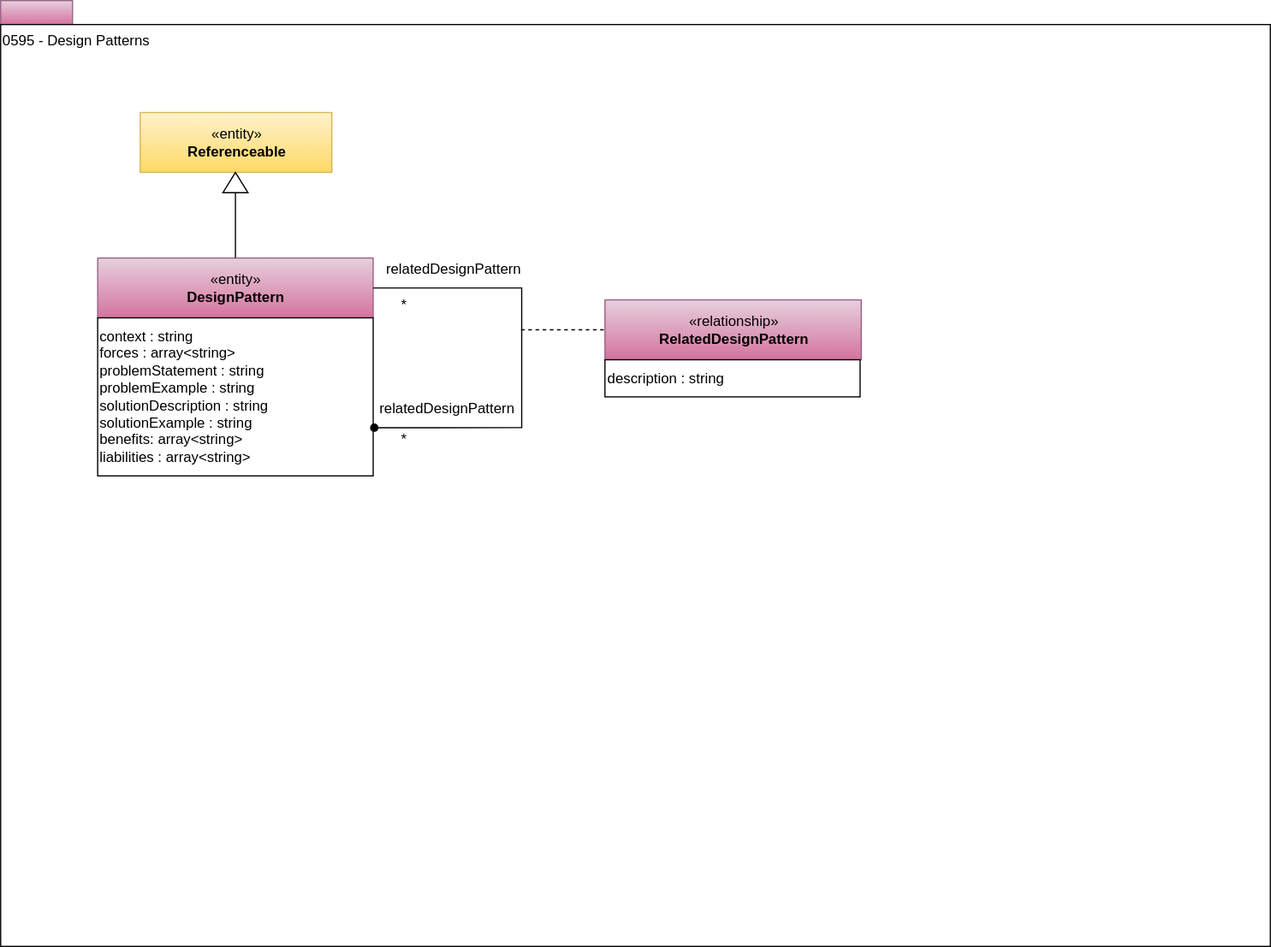
odpi/egeria-docs keeps this draw.io diagram as site/docs/types/5/0595-Design-Patterns.svg. Above is the earlier version. Source tidied: cells renumbered, new cells last; positions are measured from the earlier drawing's top-left corner, leaving out a move shared by most shapes. Its diagram source:
```xml
<mxGraphModel>
  <root>
    <mxCell id="0" />
    <mxCell id="1" parent="0" />
    <mxCell id="2" style="rounded=0;whiteSpace=wrap;html=1;align=left;fillColor=#e6d0de;strokeColor=#996185;gradientColor=#d5739d;" parent="1" vertex="1">
      <mxGeometry width="60" height="20" as="geometry" />
    </mxCell>
    <mxCell id="3" value="0595 - Design Patterns" style="rounded=0;whiteSpace=wrap;html=1;align=left;verticalAlign=top;" parent="1" vertex="1">
      <mxGeometry y="20" width="1060" height="770" as="geometry" />
    </mxCell>
    <mxCell id="4" value="«entity»&lt;br&gt;&lt;b&gt;DesignPattern&lt;/b&gt;" style="html=1;strokeColor=#996185;align=center;fillColor=#e6d0de;gradientColor=#d5739d;" parent="1" vertex="1">
      <mxGeometry x="81" y="215" width="230" height="50" as="geometry" />
    </mxCell>
    <mxCell id="5" value="c&lt;span&gt;ontext : string&lt;br&gt;&lt;/span&gt;forces : array&amp;lt;string&amp;gt;&lt;br&gt;&lt;span&gt;problemStatement : string&lt;/span&gt;&lt;br&gt;&lt;span&gt;problemExample : string&lt;/span&gt;&lt;br&gt;&lt;span&gt;solutionDescription : string&lt;/span&gt;&lt;br&gt;&lt;span&gt;solutionExample : string&lt;/span&gt;&lt;br&gt;&lt;span&gt;benefits: array&amp;lt;string&amp;gt;&lt;br&gt;liabilities : array&amp;lt;string&amp;gt;&lt;br&gt;&lt;/span&gt;" style="rounded=0;whiteSpace=wrap;html=1;strokeColor=#000000;gradientColor=#ffffff;align=left;" parent="1" vertex="1">
      <mxGeometry x="81" y="265" width="230" height="132" as="geometry" />
    </mxCell>
    <mxCell id="6" style="edgeStyle=orthogonalEdgeStyle;rounded=0;html=1;endArrow=none;endFill=0;jettySize=auto;exitX=0;exitY=0.5;" parent="1" edge="1" source="8" target="4">
      <mxGeometry relative="1" as="geometry" />
    </mxCell>
    <mxCell id="7" value="«entity»&lt;br&gt;&lt;b&gt;Referenceable&lt;/b&gt;" style="html=1;strokeColor=#d6b656;align=center;fillColor=#fff2cc;gradientColor=#ffd966;" parent="1" vertex="1">
      <mxGeometry x="116.5" y="93.5" width="160" height="50" as="geometry" />
    </mxCell>
    <mxCell id="8" style="triangle;whiteSpace=wrap;html=1;strokeColor=#000000;gradientColor=#ffffff;align=center;rotation=-90;" parent="1" vertex="1">
      <mxGeometry x="187.5" y="141.5" width="17" height="21" as="geometry" />
    </mxCell>
    <mxCell id="9" style="edgeStyle=orthogonalEdgeStyle;rounded=0;jettySize=auto;html=1;exitX=1;exitY=0.5;exitDx=0;exitDy=0;entryX=1.004;entryY=0.695;entryDx=0;entryDy=0;endArrow=oval;endFill=1;entryPerimeter=0;" parent="1" edge="1" source="4" target="5">
      <mxGeometry relative="1" as="geometry">
        <Array as="points">
          <mxPoint x="435" y="240" />
          <mxPoint x="435" y="357" />
        </Array>
      </mxGeometry>
    </mxCell>
    <mxCell id="10" value="*" style="text;html=1;strokeColor=none;fillColor=none;align=center;verticalAlign=middle;whiteSpace=wrap;rounded=0;" parent="1" vertex="1">
      <mxGeometry x="316.5" y="245" width="40" height="20" as="geometry" />
    </mxCell>
    <mxCell id="11" value="relatedDesignPattern" style="text;html=1;strokeColor=none;fillColor=none;align=center;verticalAlign=middle;whiteSpace=wrap;rounded=0;" parent="1" vertex="1">
      <mxGeometry x="316.5" y="215" width="123" height="20" as="geometry" />
    </mxCell>
    <mxCell id="12" value="relatedDesignPattern" style="text;html=1;strokeColor=none;fillColor=none;align=center;verticalAlign=middle;whiteSpace=wrap;rounded=0;" parent="1" vertex="1">
      <mxGeometry x="320.5" y="331" width="104" height="20" as="geometry" />
    </mxCell>
    <mxCell id="13" value="«relationship»&lt;br&gt;&lt;b&gt;RelatedDesignPattern&lt;/b&gt;" style="html=1;strokeColor=#996185;align=center;fillColor=#e6d0de;gradientColor=#d5739d;" parent="1" vertex="1">
      <mxGeometry x="504.5" y="250" width="214" height="50" as="geometry" />
    </mxCell>
    <mxCell id="14" style="endArrow=none;dashed=1;html=1;entryX=0;entryY=0.5;entryDx=0;entryDy=0;" parent="1" edge="1" target="13">
      <mxGeometry relative="1" as="geometry">
        <mxPoint x="434.5" y="275" as="sourcePoint" />
      </mxGeometry>
    </mxCell>
    <mxCell id="15" value="&lt;div style=&quot;text-align: left&quot;&gt;&lt;span&gt;description : string&lt;/span&gt;&lt;/div&gt;" style="rounded=0;whiteSpace=wrap;html=1;strokeColor=#000000;gradientColor=#ffffff;align=left;" parent="1" vertex="1">
      <mxGeometry x="504.5" y="300" width="213" height="31" as="geometry" />
    </mxCell>
    <mxCell id="16" value="*" style="text;html=1;strokeColor=none;fillColor=none;align=center;verticalAlign=middle;whiteSpace=wrap;rounded=0;" parent="1" vertex="1">
      <mxGeometry x="316.5" y="357" width="40" height="20" as="geometry" />
    </mxCell>
  </root>
</mxGraphModel>
```
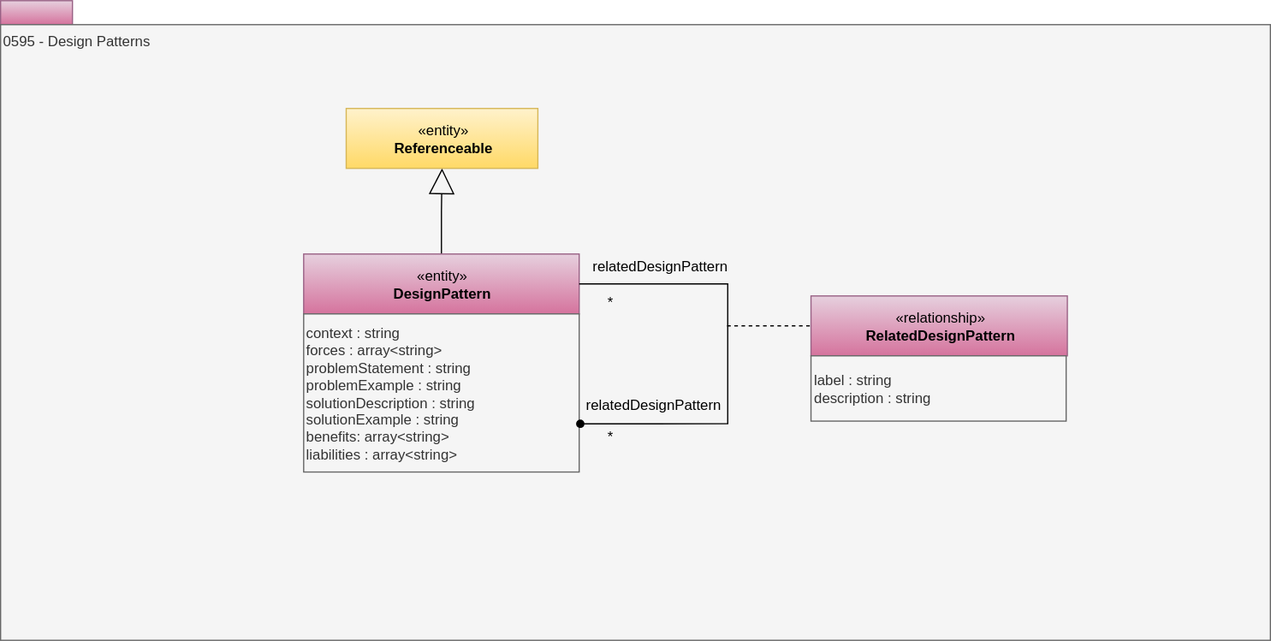
After the change.

Diff of the diagram source:
```diff
@@ -5,54 +5,51 @@
     <mxCell id="2" style="rounded=0;whiteSpace=wrap;html=1;align=left;fillColor=#e6d0de;strokeColor=#996185;gradientColor=#d5739d;" parent="1" vertex="1">
       <mxGeometry width="60" height="20" as="geometry" />
     </mxCell>
-    <mxCell id="3" value="0595 - Design Patterns" style="rounded=0;whiteSpace=wrap;html=1;align=left;verticalAlign=top;" parent="1" vertex="1">
-      <mxGeometry y="20" width="1060" height="770" as="geometry" />
+    <mxCell id="3" value="0595 - Design Patterns" style="rounded=0;whiteSpace=wrap;html=1;align=left;verticalAlign=top;fillColor=#f5f5f5;fontColor=#333333;strokeColor=#666666;" parent="1" vertex="1">
+      <mxGeometry y="20" width="1060" height="514" as="geometry" />
     </mxCell>
-    <mxCell id="4" value="«entity»&lt;br&gt;&lt;b&gt;DesignPattern&lt;/b&gt;" style="html=1;strokeColor=#996185;align=center;fillColor=#e6d0de;gradientColor=#d5739d;" parent="1" vertex="1">
-      <mxGeometry x="81" y="215" width="230" height="50" as="geometry" />
+    <mxCell id="4" style="edgeStyle=orthogonalEdgeStyle;rounded=0;jettySize=auto;html=1;exitX=0.5;exitY=0;exitDx=0;exitDy=0;endArrow=block;endFill=0;endSize=19;" parent="1" edge="1" source="5" target="7">
+      <mxGeometry relative="1" as="geometry" />
     </mxCell>
-    <mxCell id="5" value="c&lt;span&gt;ontext : string&lt;br&gt;&lt;/span&gt;forces : array&amp;lt;string&amp;gt;&lt;br&gt;&lt;span&gt;problemStatement : string&lt;/span&gt;&lt;br&gt;&lt;span&gt;problemExample : string&lt;/span&gt;&lt;br&gt;&lt;span&gt;solutionDescription : string&lt;/span&gt;&lt;br&gt;&lt;span&gt;solutionExample : string&lt;/span&gt;&lt;br&gt;&lt;span&gt;benefits: array&amp;lt;string&amp;gt;&lt;br&gt;liabilities : array&amp;lt;string&amp;gt;&lt;br&gt;&lt;/span&gt;" style="rounded=0;whiteSpace=wrap;html=1;strokeColor=#000000;gradientColor=#ffffff;align=left;" parent="1" vertex="1">
-      <mxGeometry x="81" y="265" width="230" height="132" as="geometry" />
+    <mxCell id="5" value="«entity»&lt;br&gt;&lt;b&gt;DesignPattern&lt;/b&gt;" style="html=1;strokeColor=#996185;align=center;fillColor=#e6d0de;gradientColor=#d5739d;" parent="1" vertex="1">
+      <mxGeometry x="253" y="211.5" width="230" height="50" as="geometry" />
     </mxCell>
-    <mxCell id="6" style="edgeStyle=orthogonalEdgeStyle;rounded=0;html=1;endArrow=none;endFill=0;jettySize=auto;exitX=0;exitY=0.5;" parent="1" edge="1" source="8" target="4">
-      <mxGeometry relative="1" as="geometry" />
+    <mxCell id="6" value="c&lt;span&gt;ontext : string&lt;br&gt;&lt;/span&gt;forces : array&amp;lt;string&amp;gt;&lt;br&gt;&lt;span&gt;problemStatement : string&lt;/span&gt;&lt;br&gt;&lt;span&gt;problemExample : string&lt;/span&gt;&lt;br&gt;&lt;span&gt;solutionDescription : string&lt;/span&gt;&lt;br&gt;&lt;span&gt;solutionExample : string&lt;/span&gt;&lt;br&gt;&lt;span&gt;benefits: array&amp;lt;string&amp;gt;&lt;br&gt;liabilities : array&amp;lt;string&amp;gt;&lt;br&gt;&lt;/span&gt;" style="rounded=0;whiteSpace=wrap;html=1;strokeColor=#666666;align=left;fillColor=#f5f5f5;fontColor=#333333;" parent="1" vertex="1">
+      <mxGeometry x="253" y="261.5" width="230" height="132" as="geometry" />
     </mxCell>
     <mxCell id="7" value="«entity»&lt;br&gt;&lt;b&gt;Referenceable&lt;/b&gt;" style="html=1;strokeColor=#d6b656;align=center;fillColor=#fff2cc;gradientColor=#ffd966;" parent="1" vertex="1">
-      <mxGeometry x="116.5" y="93.5" width="160" height="50" as="geometry" />
+      <mxGeometry x="288.5" y="90" width="160" height="50" as="geometry" />
     </mxCell>
-    <mxCell id="8" style="triangle;whiteSpace=wrap;html=1;strokeColor=#000000;gradientColor=#ffffff;align=center;rotation=-90;" parent="1" vertex="1">
-      <mxGeometry x="187.5" y="141.5" width="17" height="21" as="geometry" />
+    <mxCell id="8" style="edgeStyle=orthogonalEdgeStyle;rounded=0;jettySize=auto;html=1;exitX=1;exitY=0.5;exitDx=0;exitDy=0;entryX=1.004;entryY=0.695;entryDx=0;entryDy=0;endArrow=oval;endFill=1;entryPerimeter=0;" parent="1" edge="1" source="5" target="6">
+      <mxGeometry relative="1" as="geometry">
+        <Array as="points">
+          <mxPoint x="607" y="236.5" />
+          <mxPoint x="607" y="353.5" />
+        </Array>
+      </mxGeometry>
     </mxCell>
-    <mxCell id="9" style="edgeStyle=orthogonalEdgeStyle;rounded=0;jettySize=auto;html=1;exitX=1;exitY=0.5;exitDx=0;exitDy=0;entryX=1.004;entryY=0.695;entryDx=0;entryDy=0;endArrow=oval;endFill=1;entryPerimeter=0;" parent="1" edge="1" source="4" target="5">
-      <mxGeometry relative="1" as="geometry">
-        <Array as="points">
-          <mxPoint x="435" y="240" />
-          <mxPoint x="435" y="357" />
-        </Array>
-      </mxGeometry>
+    <mxCell id="9" value="*" style="text;html=1;strokeColor=none;fillColor=none;align=center;verticalAlign=middle;whiteSpace=wrap;rounded=0;" parent="1" vertex="1">
+      <mxGeometry x="488.5" y="241.5" width="40" height="20" as="geometry" />
     </mxCell>
-    <mxCell id="10" value="*" style="text;html=1;strokeColor=none;fillColor=none;align=center;verticalAlign=middle;whiteSpace=wrap;rounded=0;" parent="1" vertex="1">
-      <mxGeometry x="316.5" y="245" width="40" height="20" as="geometry" />
+    <mxCell id="10" value="relatedDesignPattern" style="text;html=1;strokeColor=none;fillColor=none;align=center;verticalAlign=middle;whiteSpace=wrap;rounded=0;" parent="1" vertex="1">
+      <mxGeometry x="488.5" y="211.5" width="123" height="20" as="geometry" />
     </mxCell>
     <mxCell id="11" value="relatedDesignPattern" style="text;html=1;strokeColor=none;fillColor=none;align=center;verticalAlign=middle;whiteSpace=wrap;rounded=0;" parent="1" vertex="1">
-      <mxGeometry x="316.5" y="215" width="123" height="20" as="geometry" />
+      <mxGeometry x="492.5" y="327.5" width="104" height="20" as="geometry" />
     </mxCell>
-    <mxCell id="12" value="relatedDesignPattern" style="text;html=1;strokeColor=none;fillColor=none;align=center;verticalAlign=middle;whiteSpace=wrap;rounded=0;" parent="1" vertex="1">
-      <mxGeometry x="320.5" y="331" width="104" height="20" as="geometry" />
+    <mxCell id="12" value="«relationship»&lt;br&gt;&lt;b&gt;RelatedDesignPattern&lt;/b&gt;" style="html=1;strokeColor=#996185;align=center;fillColor=#e6d0de;gradientColor=#d5739d;" parent="1" vertex="1">
+      <mxGeometry x="676.5" y="246.5" width="214" height="50" as="geometry" />
     </mxCell>
-    <mxCell id="13" value="«relationship»&lt;br&gt;&lt;b&gt;RelatedDesignPattern&lt;/b&gt;" style="html=1;strokeColor=#996185;align=center;fillColor=#e6d0de;gradientColor=#d5739d;" parent="1" vertex="1">
-      <mxGeometry x="504.5" y="250" width="214" height="50" as="geometry" />
+    <mxCell id="13" style="endArrow=none;dashed=1;html=1;entryX=0;entryY=0.5;entryDx=0;entryDy=0;" parent="1" edge="1" target="12">
+      <mxGeometry relative="1" as="geometry">
+        <mxPoint x="606.5" y="271.5" as="sourcePoint" />
+      </mxGeometry>
     </mxCell>
-    <mxCell id="14" style="endArrow=none;dashed=1;html=1;entryX=0;entryY=0.5;entryDx=0;entryDy=0;" parent="1" edge="1" target="13">
-      <mxGeometry relative="1" as="geometry">
-        <mxPoint x="434.5" y="275" as="sourcePoint" />
-      </mxGeometry>
+    <mxCell id="14" value="&lt;div style=&quot;text-align: left&quot;&gt;&lt;span&gt;label : string&lt;/span&gt;&lt;/div&gt;&lt;div style=&quot;text-align: left&quot;&gt;&lt;span&gt;description : string&lt;/span&gt;&lt;/div&gt;" style="rounded=0;whiteSpace=wrap;html=1;strokeColor=#666666;align=left;fillColor=#f5f5f5;fontColor=#333333;" parent="1" vertex="1">
+      <mxGeometry x="676.5" y="296.5" width="213" height="54.5" as="geometry" />
     </mxCell>
-    <mxCell id="15" value="&lt;div style=&quot;text-align: left&quot;&gt;&lt;span&gt;description : string&lt;/span&gt;&lt;/div&gt;" style="rounded=0;whiteSpace=wrap;html=1;strokeColor=#000000;gradientColor=#ffffff;align=left;" parent="1" vertex="1">
-      <mxGeometry x="504.5" y="300" width="213" height="31" as="geometry" />
+    <mxCell id="15" value="*" style="text;html=1;strokeColor=none;fillColor=none;align=center;verticalAlign=middle;whiteSpace=wrap;rounded=0;" parent="1" vertex="1">
+      <mxGeometry x="488.5" y="353.5" width="40" height="20" as="geometry" />
     </mxCell>
-    <mxCell id="16" value="*" style="text;html=1;strokeColor=none;fillColor=none;align=center;verticalAlign=middle;whiteSpace=wrap;rounded=0;" parent="1" vertex="1">
-      <mxGeometry x="316.5" y="357" width="40" height="20" as="geometry" />
-    </mxCell>
   </root>
 </mxGraphModel>
```
